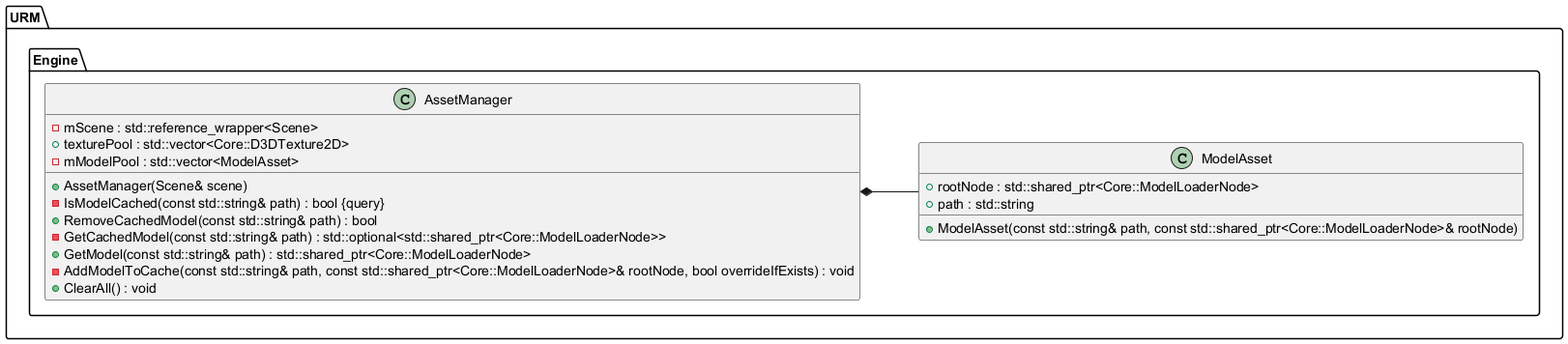
Above: Latex/images/UML/assets.png in MinikPLayer/MasterThesis_UniversalRenderingModule_D3D11 (PlantUML), before the change.
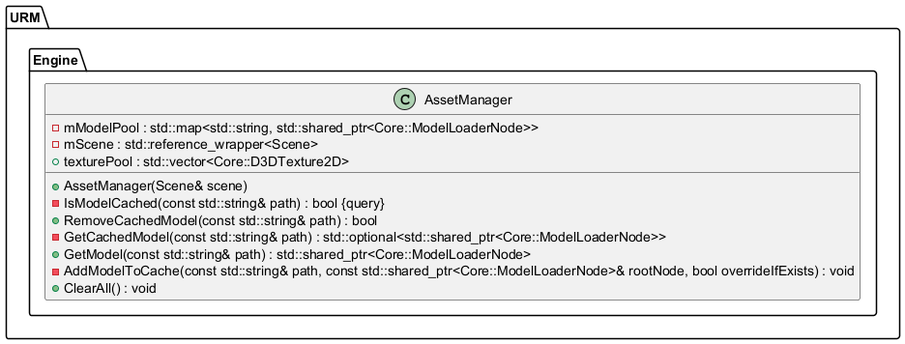
After the change.

The edit, as a diff of the source:
```diff
@@ -12,19 +12,13 @@
 			+AssetManager(Scene& scene)
 			-IsModelCached(const std::string& path) : bool {query}
 			+RemoveCachedModel(const std::string& path) : bool
+			-mModelPool : std::map<std::string, std::shared_ptr<Core::ModelLoaderNode>>
 			-GetCachedModel(const std::string& path) : std::optional<std::shared_ptr<Core::ModelLoaderNode>>
 			-mScene : std::reference_wrapper<Scene>
 			+GetModel(const std::string& path) : std::shared_ptr<Core::ModelLoaderNode>
 			+texturePool : std::vector<Core::D3DTexture2D>
-			-mModelPool : std::vector<ModelAsset>
 			-AddModelToCache(const std::string& path, const std::shared_ptr<Core::ModelLoaderNode>& rootNode, bool overrideIfExists) : void
 			+ClearAll() : void
-		}
-
-		class ModelAsset {
-			+ModelAsset(const std::string& path, const std::shared_ptr<Core::ModelLoaderNode>& rootNode)
-			+rootNode : std::shared_ptr<Core::ModelLoaderNode>
-			+path : std::string
 		}
 	}
 }
@@ -38,9 +32,6 @@
 
 
 
-URM.Engine.AssetManager *-- URM.Engine.ModelAsset
-
-
 
 
 
```
